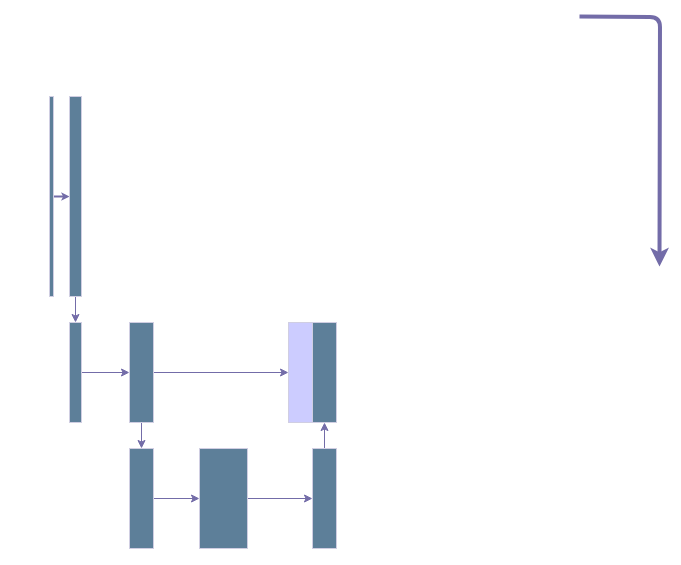
This is CNN2.drawio from farzin23i/Segmentation, a draw.io file, before an edit. Source tidied: cells renumbered, new cells numbered last; positions are measured from the earlier drawing's top-left corner, leaving out a move shared by most shapes. Both pictures are drawn from the tidied source at 100%, with x=0, y=0 at pixel (49, 16).
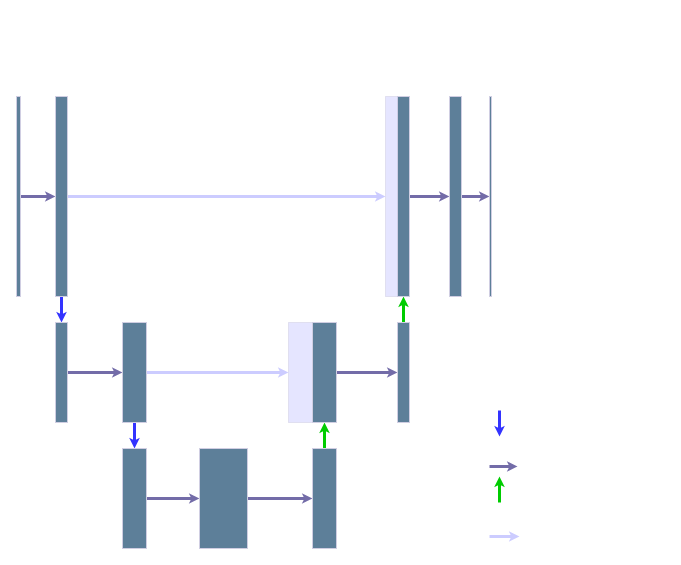
The same diagram, later.

Unchanged cells that the change refers to:
```xml
<mxCell id="15" style="whiteSpace=wrap;html=1;labelBackgroundColor=none;fillColor=#5D7F99;strokeColor=#D0CEE2;fontColor=#1A1A1A;" parent="1" vertex="1">
  <mxGeometry x="150" y="432" width="48" height="100" as="geometry" />
</mxCell>
<mxCell id="17" style="whiteSpace=wrap;html=1;labelBackgroundColor=none;fillColor=#5D7F99;strokeColor=#D0CEE2;fontColor=#1A1A1A;" parent="1" vertex="1">
  <mxGeometry x="263" y="432" width="24" height="100" as="geometry" />
</mxCell>
<mxCell id="19" style="whiteSpace=wrap;html=1;labelBackgroundColor=none;fillColor=#5D7F99;strokeColor=#D0CEE2;fontColor=#1A1A1A;" parent="1" vertex="1">
  <mxGeometry x="263" y="306" width="24" height="100" as="geometry" />
</mxCell>
```

The edit, as a diff of the source:
```diff
@@
-    <mxCell id="2" style="edgeStyle=orthogonalEdgeStyle;rounded=1;orthogonalLoop=1;jettySize=auto;html=1;strokeColor=#736CA8;fontColor=#1A1A1A;shadow=0;fillColor=default;strokeWidth=4;" parent="1" edge="1">
-      <mxGeometry relative="1" as="geometry">
-        <mxPoint x="530" as="sourcePoint" />
-        <mxPoint x="610" y="250" as="targetPoint" />
-      </mxGeometry>
-    </mxCell>
-    <mxCell id="3" style="edgeStyle=orthogonalEdgeStyle;rounded=0;jettySize=auto;html=1;exitX=0;exitY=0.5;exitDx=0;exitDy=0;entryX=0;entryY=0.5;entryDx=0;entryDy=0;strokeColor=#736CA8;fontColor=#1A1A1A;strokeWidth=2;endSize=2;" parent="1" edge="1" source="4" target="6">
+    <mxCell id="3" style="edgeStyle=orthogonalEdgeStyle;rounded=0;jettySize=auto;html=1;exitX=0;exitY=0.5;exitDx=0;exitDy=0;entryX=0;entryY=0.5;entryDx=0;entryDy=0;strokeColor=#736CA8;fontColor=#1A1A1A;strokeWidth=3;endSize=1;" parent="1" edge="1" source="4" target="6">
       <mxGeometry relative="1" as="geometry" />
     </mxCell>
     <mxCell id="4" style="whiteSpace=wrap;html=1;labelBackgroundColor=none;fillColor=#5D7F99;strokeColor=#D0CEE2;fontColor=#1A1A1A;" parent="1" vertex="1">
-      <mxGeometry y="80" width="4" height="200" as="geometry" />
+      <mxGeometry x="-33" y="80" width="4" height="200" as="geometry" />
     </mxCell>
-    <mxCell id="5" style="edgeStyle=orthogonalEdgeStyle;rounded=0;jettySize=auto;html=1;exitX=0.5;exitY=1;exitDx=0;exitDy=0;entryX=0.5;entryY=0;entryDx=0;entryDy=0;strokeColor=#736CA8;fontColor=#1A1A1A;" parent="1" edge="1" source="6" target="8">
+    <mxCell id="5" style="edgeStyle=orthogonalEdgeStyle;rounded=0;jettySize=auto;html=1;exitX=0.5;exitY=1;exitDx=0;exitDy=0;entryX=0.5;entryY=0;entryDx=0;entryDy=0;strokeColor=#3333FF;fontColor=#1A1A1A;strokeWidth=3;endSize=1;" parent="1" edge="1" source="6" target="8">
       <mxGeometry relative="1" as="geometry" />
     </mxCell>
+    <mxCell id="20" style="edgeStyle=orthogonalEdgeStyle;rounded=0;jettySize=auto;html=1;exitX=1;exitY=0.5;exitDx=0;exitDy=0;strokeColor=#CCCCFF;fontColor=#1A1A1A;entryX=0;entryY=0.5;entryDx=0;entryDy=0;strokeWidth=3;endSize=1;" parent="1" edge="1" source="6" target="26">
+      <mxGeometry relative="1" as="geometry" />
+    </mxCell>
     <mxCell id="6" style="whiteSpace=wrap;html=1;labelBackgroundColor=none;fillColor=#5D7F99;strokeColor=#D0CEE2;fontColor=#1A1A1A;" parent="1" vertex="1">
-      <mxGeometry x="20" y="80" width="12" height="200" as="geometry" />
+      <mxGeometry x="6" y="80" width="12" height="200" as="geometry" />
     </mxCell>
-    <mxCell id="7" style="edgeStyle=orthogonalEdgeStyle;rounded=0;jettySize=auto;html=1;exitX=1;exitY=0.5;exitDx=0;exitDy=0;entryX=0;entryY=0.5;entryDx=0;entryDy=0;strokeColor=#736CA8;fontColor=#1A1A1A;" parent="1" edge="1" source="8" target="11">
+    <mxCell id="7" style="edgeStyle=orthogonalEdgeStyle;rounded=0;jettySize=auto;html=1;exitX=1;exitY=0.5;exitDx=0;exitDy=0;entryX=0;entryY=0.5;entryDx=0;entryDy=0;strokeColor=#736CA8;fontColor=#1A1A1A;strokeWidth=3;endSize=1;" parent="1" edge="1" source="8" target="11">
       <mxGeometry relative="1" as="geometry" />
     </mxCell>
     <mxCell id="8" style="whiteSpace=wrap;html=1;labelBackgroundColor=none;fillColor=#5D7F99;strokeColor=#D0CEE2;fontColor=#1A1A1A;" parent="1" vertex="1">
-      <mxGeometry x="20" y="306" width="12" height="100" as="geometry" />
+      <mxGeometry x="6" y="306" width="12" height="100" as="geometry" />
     </mxCell>
-    <mxCell id="9" style="edgeStyle=orthogonalEdgeStyle;rounded=0;jettySize=auto;html=1;exitX=0.5;exitY=1;exitDx=0;exitDy=0;entryX=0.5;entryY=0;entryDx=0;entryDy=0;strokeColor=#736CA8;fontColor=#1A1A1A;" parent="1" edge="1" source="11" target="13">
+    <mxCell id="9" style="edgeStyle=orthogonalEdgeStyle;rounded=0;jettySize=auto;html=1;exitX=0.5;exitY=1;exitDx=0;exitDy=0;entryX=0.5;entryY=0;entryDx=0;entryDy=0;strokeColor=#3333FF;fontColor=#1A1A1A;strokeWidth=3;endSize=1;" parent="1" edge="1" source="11" target="13">
       <mxGeometry relative="1" as="geometry" />
     </mxCell>
-    <mxCell id="10" style="edgeStyle=orthogonalEdgeStyle;rounded=0;jettySize=auto;html=1;exitX=1;exitY=0.5;exitDx=0;exitDy=0;entryX=0;entryY=0.5;entryDx=0;entryDy=0;strokeColor=#736CA8;fontColor=#1A1A1A;" parent="1" edge="1" source="11" target="18">
+    <mxCell id="10" style="edgeStyle=orthogonalEdgeStyle;rounded=0;jettySize=auto;html=1;exitX=1;exitY=0.5;exitDx=0;exitDy=0;entryX=0;entryY=0.5;entryDx=0;entryDy=0;strokeColor=#CCCCFF;fontColor=#1A1A1A;strokeWidth=3;endSize=1;" parent="1" edge="1" source="11" target="18">
       <mxGeometry relative="1" as="geometry" />
     </mxCell>
     <mxCell id="11" style="whiteSpace=wrap;html=1;labelBackgroundColor=none;fillColor=#5D7F99;strokeColor=#D0CEE2;fontColor=#1A1A1A;" parent="1" vertex="1">
-      <mxGeometry x="80" y="306" width="24" height="100" as="geometry" />
+      <mxGeometry x="73" y="306" width="24" height="100" as="geometry" />
     </mxCell>
-    <mxCell id="12" style="edgeStyle=orthogonalEdgeStyle;rounded=0;jettySize=auto;html=1;exitX=1;exitY=0.5;exitDx=0;exitDy=0;entryX=0;entryY=0.5;entryDx=0;entryDy=0;strokeColor=#736CA8;fontColor=#1A1A1A;" parent="1" edge="1" source="13" target="15">
+    <mxCell id="12" style="edgeStyle=orthogonalEdgeStyle;rounded=0;jettySize=auto;html=1;exitX=1;exitY=0.5;exitDx=0;exitDy=0;entryX=0;entryY=0.5;entryDx=0;entryDy=0;strokeColor=#736CA8;fontColor=#1A1A1A;strokeWidth=3;endSize=1;" parent="1" edge="1" source="13" target="15">
       <mxGeometry relative="1" as="geometry" />
     </mxCell>
     <mxCell id="13" style="whiteSpace=wrap;html=1;labelBackgroundColor=none;fillColor=#5D7F99;strokeColor=#D0CEE2;fontColor=#1A1A1A;" parent="1" vertex="1">
-      <mxGeometry x="80" y="432" width="24" height="100" as="geometry" />
+      <mxGeometry x="73" y="432" width="24" height="100" as="geometry" />
     </mxCell>
-    <mxCell id="14" style="edgeStyle=orthogonalEdgeStyle;rounded=0;jettySize=auto;html=1;exitX=1;exitY=0.5;exitDx=0;exitDy=0;entryX=0;entryY=0.5;entryDx=0;entryDy=0;strokeColor=#736CA8;fontColor=#1A1A1A;" parent="1" edge="1" source="15" target="17">
+    <mxCell id="14" style="edgeStyle=orthogonalEdgeStyle;rounded=0;jettySize=auto;html=1;exitX=1;exitY=0.5;exitDx=0;exitDy=0;entryX=0;entryY=0.5;entryDx=0;entryDy=0;strokeColor=#736CA8;fontColor=#1A1A1A;strokeWidth=3;endSize=1;" parent="1" edge="1" source="15" target="17">
       <mxGeometry relative="1" as="geometry" />
     </mxCell>
@@
-    <mxCell id="16" style="edgeStyle=orthogonalEdgeStyle;rounded=0;jettySize=auto;html=1;exitX=0.5;exitY=0;exitDx=0;exitDy=0;entryX=0.5;entryY=1;entryDx=0;entryDy=0;strokeColor=#736CA8;fontColor=#1A1A1A;" parent="1" edge="1" source="17" target="19">
+    <mxCell id="16" style="edgeStyle=orthogonalEdgeStyle;rounded=0;jettySize=auto;html=1;exitX=0.5;exitY=0;exitDx=0;exitDy=0;entryX=0.5;entryY=1;entryDx=0;entryDy=0;strokeColor=#00CC00;fontColor=#1A1A1A;strokeWidth=3;endSize=1;" parent="1" edge="1" source="17" target="19">
       <mxGeometry relative="1" as="geometry" />
     </mxCell>
@@
-    <mxCell id="18" style="whiteSpace=wrap;html=1;labelBackgroundColor=none;fillColor=#CCCCFF;strokeColor=#D0CEE2;fontColor=#1A1A1A;" parent="1" vertex="1">
+    <mxCell id="18" style="whiteSpace=wrap;html=1;labelBackgroundColor=none;fillColor=#CCCCFF;strokeColor=#D0CEE2;fontColor=#1A1A1A;opacity=50;" parent="1" vertex="1">
       <mxGeometry x="239" y="306" width="24" height="100" as="geometry" />
     </mxCell>
+    <mxCell id="21" style="edgeStyle=orthogonalEdgeStyle;rounded=0;jettySize=auto;html=1;exitX=1;exitY=0.5;exitDx=0;exitDy=0;entryX=0;entryY=0.5;entryDx=0;entryDy=0;strokeColor=#736CA8;fontColor=#1A1A1A;strokeWidth=3;endSize=1;" parent="1" edge="1" source="19" target="23">
+      <mxGeometry relative="1" as="geometry" />
+    </mxCell>
@@
+    <mxCell id="22" style="edgeStyle=orthogonalEdgeStyle;rounded=0;jettySize=auto;html=1;exitX=0.5;exitY=0;exitDx=0;exitDy=0;entryX=0.5;entryY=1;entryDx=0;entryDy=0;strokeColor=#00CC00;fontColor=#1A1A1A;strokeWidth=3;endSize=1;" parent="1" edge="1" source="23" target="25">
+      <mxGeometry relative="1" as="geometry" />
+    </mxCell>
+    <mxCell id="23" style="whiteSpace=wrap;html=1;labelBackgroundColor=none;fillColor=#5D7F99;strokeColor=#D0CEE2;fontColor=#1A1A1A;" parent="1" vertex="1">
+      <mxGeometry x="348" y="306" width="12" height="100" as="geometry" />
+    </mxCell>
+    <mxCell id="24" style="edgeStyle=orthogonalEdgeStyle;rounded=0;jettySize=auto;html=1;exitX=1;exitY=0.5;exitDx=0;exitDy=0;entryX=0;entryY=0.5;entryDx=0;entryDy=0;strokeColor=#736CA8;fontColor=#1A1A1A;strokeWidth=3;endSize=1;" parent="1" edge="1" source="25" target="28">
+      <mxGeometry relative="1" as="geometry" />
+    </mxCell>
+    <mxCell id="25" style="whiteSpace=wrap;html=1;labelBackgroundColor=none;fillColor=#5D7F99;strokeColor=#D0CEE2;fontColor=#1A1A1A;" parent="1" vertex="1">
+      <mxGeometry x="348" y="80" width="12" height="200" as="geometry" />
+    </mxCell>
+    <mxCell id="26" style="whiteSpace=wrap;html=1;labelBackgroundColor=none;fillColor=#CCCCFF;strokeColor=#D0CEE2;fontColor=#1A1A1A;opacity=50;" parent="1" vertex="1">
+      <mxGeometry x="336" y="80" width="12" height="200" as="geometry" />
+    </mxCell>
+    <mxCell id="27" style="edgeStyle=orthogonalEdgeStyle;rounded=0;jettySize=auto;html=1;exitX=1;exitY=0.5;exitDx=0;exitDy=0;entryX=0;entryY=0.5;entryDx=0;entryDy=0;strokeColor=#736CA8;fontColor=#1A1A1A;strokeWidth=3;endSize=1;" parent="1" edge="1" source="28" target="29">
+      <mxGeometry relative="1" as="geometry" />
+    </mxCell>
+    <mxCell id="28" style="whiteSpace=wrap;html=1;labelBackgroundColor=none;fillColor=#5D7F99;strokeColor=#D0CEE2;fontColor=#1A1A1A;" parent="1" vertex="1">
+      <mxGeometry x="400" y="80" width="12" height="200" as="geometry" />
+    </mxCell>
+    <mxCell id="29" style="whiteSpace=wrap;html=1;labelBackgroundColor=none;fillColor=#5D7F99;strokeColor=#D0CEE2;fontColor=#1A1A1A;" parent="1" vertex="1">
+      <mxGeometry x="440" y="80" width="2" height="200" as="geometry" />
+    </mxCell>
+    <mxCell id="30" style="edgeStyle=orthogonalEdgeStyle;rounded=0;orthogonalLoop=1;jettySize=auto;html=1;exitX=0.5;exitY=0;exitDx=0;exitDy=0;strokeColor=#736CA8;fontColor=#1A1A1A;strokeWidth=3;endSize=1;" parent="1" edge="1">
+      <mxGeometry relative="1" as="geometry">
+        <mxPoint x="440" y="450" as="sourcePoint" />
+        <mxPoint x="468" y="450" as="targetPoint" />
+      </mxGeometry>
+    </mxCell>
+    <mxCell id="31" style="edgeStyle=orthogonalEdgeStyle;rounded=0;orthogonalLoop=1;jettySize=auto;html=1;exitX=0.5;exitY=0;exitDx=0;exitDy=0;entryX=0.5;entryY=1;entryDx=0;entryDy=0;strokeColor=#00CC00;fontColor=#1A1A1A;strokeWidth=3;endSize=1;" parent="1" edge="1">
+      <mxGeometry relative="1" as="geometry">
+        <mxPoint x="450" y="486" as="sourcePoint" />
+        <mxPoint x="450" y="460" as="targetPoint" />
+      </mxGeometry>
+    </mxCell>
+    <mxCell id="32" style="edgeStyle=orthogonalEdgeStyle;rounded=0;orthogonalLoop=1;jettySize=auto;html=1;strokeColor=#CCCCFF;fontColor=#1A1A1A;strokeWidth=3;endSize=1;" parent="1" edge="1">
+      <mxGeometry relative="1" as="geometry">
+        <mxPoint x="440" y="520" as="sourcePoint" />
+        <mxPoint x="470" y="520" as="targetPoint" />
+      </mxGeometry>
+    </mxCell>
+    <mxCell id="33" style="edgeStyle=orthogonalEdgeStyle;rounded=0;orthogonalLoop=1;jettySize=auto;html=1;exitX=0.5;exitY=1;exitDx=0;exitDy=0;entryX=0.5;entryY=0;entryDx=0;entryDy=0;strokeColor=#3333FF;fontColor=#1A1A1A;strokeWidth=3;endSize=1;" parent="1" edge="1">
+      <mxGeometry relative="1" as="geometry">
+        <mxPoint x="450" y="394" as="sourcePoint" />
+        <mxPoint x="450" y="420" as="targetPoint" />
+      </mxGeometry>
+    </mxCell>
```
